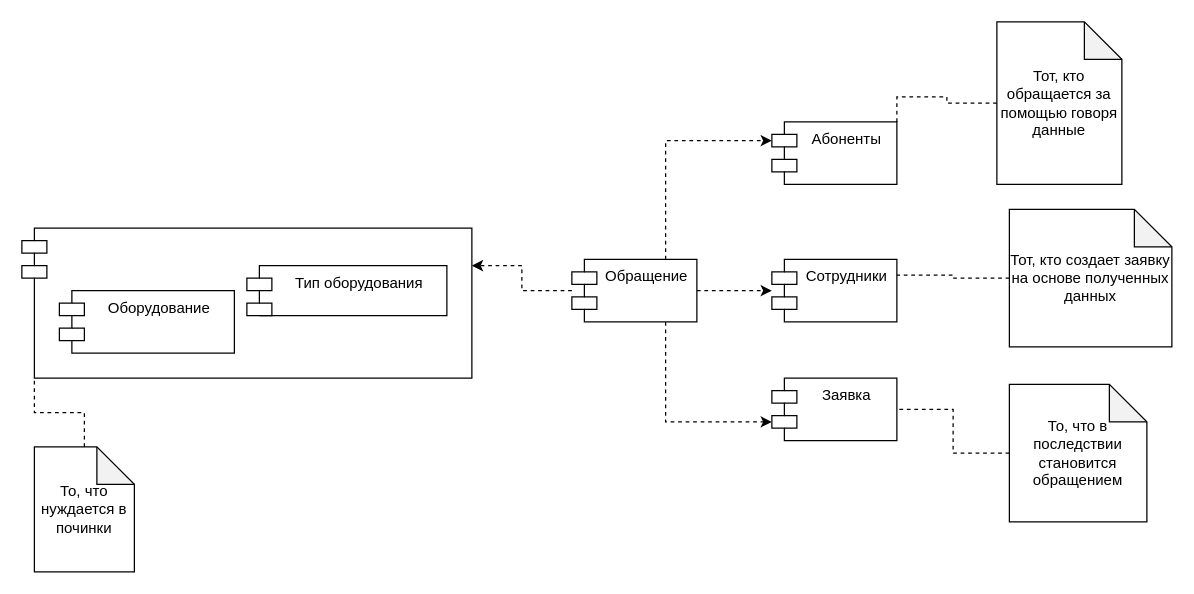
Above: Диаграмма компонентов.drawio in Barashek-1507/DandA (draw.io), before the change. Source tidied: cells renumbered, new cells numbered last; positions are measured from the earlier drawing's top-left corner, leaving out a move shared by most shapes. Both pictures are drawn from the tidied source at 125%, with x=0, y=0 at pixel (21, 21).
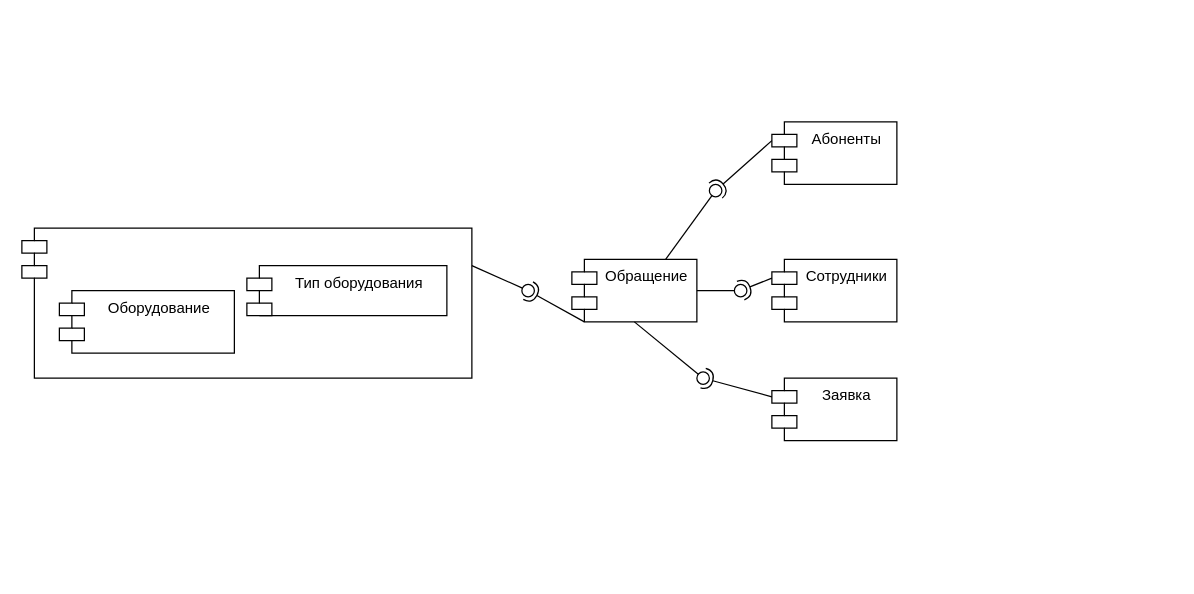
After the change.

Unchanged cells that the change refers to:
```xml
<mxCell id="6" value="Обращение" style="shape=module;align=left;spacingLeft=20;align=center;verticalAlign=top;" parent="1" vertex="1">
  <mxGeometry x="440" y="190" width="100" height="50" as="geometry" />
</mxCell>
<mxCell id="7" value="Заявка" style="shape=module;align=left;spacingLeft=20;align=center;verticalAlign=top;" parent="1" vertex="1">
  <mxGeometry x="600" y="285" width="100" height="50" as="geometry" />
</mxCell>
<mxCell id="8" value="Сотрудники" style="shape=module;align=left;spacingLeft=20;align=center;verticalAlign=top;" parent="1" vertex="1">
  <mxGeometry x="600" y="190" width="100" height="50" as="geometry" />
</mxCell>
<mxCell id="9" value="Абоненты" style="shape=module;align=left;spacingLeft=20;align=center;verticalAlign=top;" parent="1" vertex="1">
  <mxGeometry x="600" y="80" width="100" height="50" as="geometry" />
</mxCell>
<mxCell id="11" style="shape=module;align=left;spacingLeft=20;align=center;verticalAlign=top;" parent="10" vertex="1">
  <mxGeometry width="360" height="120" as="geometry" />
</mxCell>
```

Change to the diagram source:
```diff
@@
-    <mxCell id="2" style="edgeStyle=orthogonalEdgeStyle;rounded=0;jettySize=auto;html=1;entryX=1;entryY=0.25;entryDx=0;entryDy=0;dashed=1;" parent="1" edge="1" source="6" target="11">
-      <mxGeometry relative="1" as="geometry" />
-    </mxCell>
-    <mxCell id="3" style="edgeStyle=orthogonalEdgeStyle;rounded=0;jettySize=auto;html=1;exitX=1;exitY=0.5;exitDx=0;exitDy=0;entryX=0;entryY=0.5;entryDx=0;entryDy=0;entryPerimeter=0;dashed=1;" parent="1" edge="1" source="6" target="8">
-      <mxGeometry relative="1" as="geometry" />
-    </mxCell>
-    <mxCell id="4" style="edgeStyle=orthogonalEdgeStyle;rounded=0;jettySize=auto;html=1;exitX=0.75;exitY=0;exitDx=0;exitDy=0;entryX=0;entryY=0;entryDx=0;entryDy=15;entryPerimeter=0;dashed=1;" parent="1" edge="1" source="6" target="9">
-      <mxGeometry relative="1" as="geometry" />
-    </mxCell>
-    <mxCell id="5" style="edgeStyle=orthogonalEdgeStyle;rounded=0;jettySize=auto;html=1;exitX=0.75;exitY=1;exitDx=0;exitDy=0;entryX=0;entryY=0;entryDx=0;entryDy=35;entryPerimeter=0;dashed=1;" parent="1" edge="1" source="6" target="7">
-      <mxGeometry relative="1" as="geometry" />
-    </mxCell>
@@
-    <mxCell id="14" style="edgeStyle=orthogonalEdgeStyle;rounded=0;jettySize=auto;html=1;exitX=0;exitY=0.5;exitDx=0;exitDy=0;exitPerimeter=0;entryX=1;entryY=0.25;entryDx=0;entryDy=0;dashed=1;endArrow=none;endFill=0;" parent="1" edge="1" source="15" target="8">
-      <mxGeometry relative="1" as="geometry" />
-    </mxCell>
-    <mxCell id="15" value="Тот, кто создает заявку на основе полученных данных" style="shape=note;whiteSpace=wrap;html=1;backgroundOutline=1;darkOpacity=0.05;" parent="1" vertex="1">
-      <mxGeometry x="790" y="150" width="130" height="110" as="geometry" />
-    </mxCell>
-    <mxCell id="16" style="edgeStyle=orthogonalEdgeStyle;rounded=0;jettySize=auto;html=1;exitX=0;exitY=0.5;exitDx=0;exitDy=0;exitPerimeter=0;entryX=1;entryY=0;entryDx=0;entryDy=0;dashed=1;endArrow=none;endFill=0;" parent="1" edge="1" source="17" target="9">
-      <mxGeometry relative="1" as="geometry" />
-    </mxCell>
-    <mxCell id="17" value="Тот, кто обращается за помощью говоря данные" style="shape=note;whiteSpace=wrap;html=1;backgroundOutline=1;darkOpacity=0.05;" parent="1" vertex="1">
-      <mxGeometry x="780" width="100" height="130" as="geometry" />
-    </mxCell>
-    <mxCell id="18" style="edgeStyle=orthogonalEdgeStyle;rounded=0;jettySize=auto;html=1;exitX=0;exitY=0.5;exitDx=0;exitDy=0;exitPerimeter=0;dashed=1;endArrow=none;endFill=0;" parent="1" edge="1" source="19" target="7">
-      <mxGeometry relative="1" as="geometry" />
-    </mxCell>
-    <mxCell id="19" value="То, что в последствии становится обращением" style="shape=note;whiteSpace=wrap;html=1;backgroundOutline=1;darkOpacity=0.05;" parent="1" vertex="1">
-      <mxGeometry x="790" y="290" width="110" height="110" as="geometry" />
-    </mxCell>
-    <mxCell id="20" style="edgeStyle=orthogonalEdgeStyle;rounded=0;jettySize=auto;html=1;exitX=0.5;exitY=0;exitDx=0;exitDy=0;exitPerimeter=0;entryX=0;entryY=1;entryDx=10;entryDy=0;entryPerimeter=0;dashed=1;endArrow=none;endFill=0;" parent="1" edge="1" source="21" target="11">
-      <mxGeometry relative="1" as="geometry" />
-    </mxCell>
-    <mxCell id="21" value="То, что нуждается в починки" style="shape=note;whiteSpace=wrap;html=1;backgroundOutline=1;darkOpacity=0.05;" parent="1" vertex="1">
-      <mxGeometry x="10" y="340" width="80" height="100" as="geometry" />
-    </mxCell>
+    <mxCell id="22" style="rounded=0;jettySize=auto;html=1;endArrow=none;endFill=0;exitX=1;exitY=0.25;exitDx=0;exitDy=0;" parent="1" edge="1" source="11" target="24">
+      <mxGeometry relative="1" as="geometry" />
+    </mxCell>
+    <mxCell id="23" style="rounded=0;jettySize=auto;html=1;endArrow=halfCircle;endFill=0;entryX=0.5;entryY=0.5;entryDx=0;entryDy=0;endSize=6;strokeWidth=1;exitX=0;exitY=1;exitDx=10;exitDy=0;exitPerimeter=0;" parent="1" edge="1" source="6" target="24">
+      <mxGeometry relative="1" as="geometry" />
+    </mxCell>
+    <mxCell id="24" style="ellipse;whiteSpace=wrap;html=1;fontFamily=Helvetica;fontSize=12;fontColor=#000000;align=center;strokeColor=#000000;fillColor=#ffffff;points=[];" parent="1" vertex="1">
+      <mxGeometry x="400" y="210" width="10" height="10" as="geometry" />
+    </mxCell>
+    <mxCell id="25" style="rounded=0;jettySize=auto;html=1;endArrow=none;endFill=0;exitX=1;exitY=0.5;exitDx=0;exitDy=0;" parent="1" edge="1" source="6" target="27">
+      <mxGeometry relative="1" as="geometry" />
+    </mxCell>
+    <mxCell id="26" style="rounded=0;jettySize=auto;html=1;endArrow=halfCircle;endFill=0;entryX=0.5;entryY=0.5;entryDx=0;entryDy=0;endSize=6;strokeWidth=1;exitX=0;exitY=0;exitDx=0;exitDy=15;exitPerimeter=0;" parent="1" edge="1" source="8" target="27">
+      <mxGeometry relative="1" as="geometry" />
+    </mxCell>
+    <mxCell id="27" style="ellipse;whiteSpace=wrap;html=1;fontFamily=Helvetica;fontSize=12;fontColor=#000000;align=center;strokeColor=#000000;fillColor=#ffffff;points=[];" parent="1" vertex="1">
+      <mxGeometry x="570" y="210" width="10" height="10" as="geometry" />
+    </mxCell>
+    <mxCell id="28" style="rounded=0;jettySize=auto;html=1;endArrow=none;endFill=0;exitX=0.5;exitY=1;exitDx=0;exitDy=0;" parent="1" edge="1" source="6" target="30">
+      <mxGeometry relative="1" as="geometry" />
+    </mxCell>
+    <mxCell id="29" style="rounded=0;jettySize=auto;html=1;endArrow=halfCircle;endFill=0;entryX=0.5;entryY=0.5;entryDx=0;entryDy=0;endSize=6;strokeWidth=1;exitX=0;exitY=0;exitDx=0;exitDy=15;exitPerimeter=0;" parent="1" edge="1" source="7" target="30">
+      <mxGeometry relative="1" as="geometry" />
+    </mxCell>
+    <mxCell id="30" style="ellipse;whiteSpace=wrap;html=1;fontFamily=Helvetica;fontSize=12;fontColor=#000000;align=center;strokeColor=#000000;fillColor=#ffffff;points=[];" parent="1" vertex="1">
+      <mxGeometry x="540" y="280" width="10" height="10" as="geometry" />
+    </mxCell>
+    <mxCell id="31" style="rounded=0;jettySize=auto;html=1;endArrow=none;endFill=0;exitX=0.75;exitY=0;exitDx=0;exitDy=0;" parent="1" edge="1" source="6" target="33">
+      <mxGeometry relative="1" as="geometry" />
+    </mxCell>
+    <mxCell id="32" style="rounded=0;jettySize=auto;html=1;endArrow=halfCircle;endFill=0;entryX=0.5;entryY=0.5;entryDx=0;entryDy=0;endSize=6;strokeWidth=1;exitX=0;exitY=0;exitDx=0;exitDy=15;exitPerimeter=0;" parent="1" edge="1" source="9" target="33">
+      <mxGeometry relative="1" as="geometry" />
+    </mxCell>
+    <mxCell id="33" style="ellipse;whiteSpace=wrap;html=1;fontFamily=Helvetica;fontSize=12;fontColor=#000000;align=center;strokeColor=#000000;fillColor=#ffffff;points=[];" parent="1" vertex="1">
+      <mxGeometry x="550" y="130" width="10" height="10" as="geometry" />
+    </mxCell>
```
